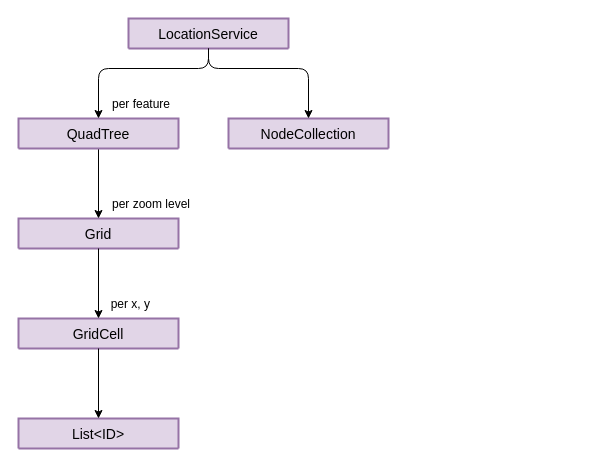
Before: page "quad-tree" (4 of 4) of _images/architecture.drawio in gartenkralle/geolocation-services-doc, a draw.io diagram. Source tidied: cells renumbered, new cells numbered last; positions are measured from the earlier drawing's top-left corner, leaving out a move shared by most shapes. Both pictures are drawn from the tidied source at 100%, with x=0, y=0 at pixel (18, 18).
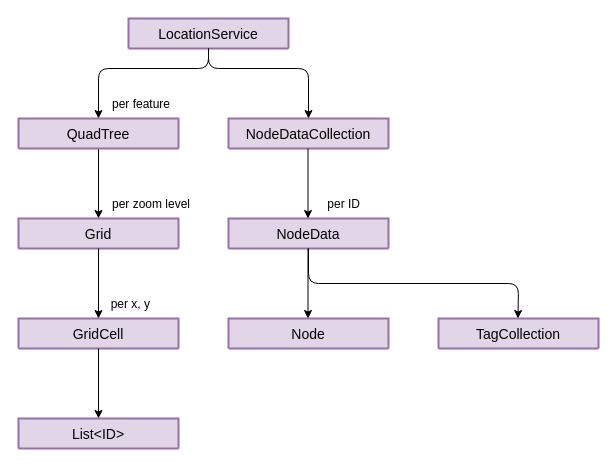
Above is the later version.

The edit, as a diff of the source:
```diff
@@
-    <mxCell id="14" value="NodeCollection" style="swimlane;horizontal=1;startSize=30;rounded=1;fontSize=14;fontStyle=0;strokeWidth=2;shadow=0;dashed=0;align=center;fillColor=#e1d5e7;strokeColor=#9673a6;" parent="1" vertex="1">
+    <mxCell id="14" value="NodeDataCollection" style="swimlane;horizontal=1;startSize=30;rounded=1;fontSize=14;fontStyle=0;strokeWidth=2;shadow=0;dashed=0;align=center;fillColor=#e1d5e7;strokeColor=#9673a6;" parent="1" vertex="1">
       <mxGeometry x="210" y="100" width="160" height="30" as="geometry" />
     </mxCell>
@@
+    <mxCell id="16" value="NodeData" style="swimlane;horizontal=1;startSize=30;rounded=1;fontSize=14;fontStyle=0;strokeWidth=2;shadow=0;dashed=0;align=center;fillColor=#e1d5e7;strokeColor=#9673a6;" parent="1" vertex="1">
+      <mxGeometry x="210" y="200" width="160" height="30" as="geometry" />
+    </mxCell>
+    <mxCell id="17" style="endArrow=classic;html=1;rounded=0;exitX=0.5;exitY=1;exitDx=0;exitDy=0;entryX=0.5;entryY=0;entryDx=0;entryDy=0;" parent="1" edge="1">
+      <mxGeometry relative="1" as="geometry">
+        <mxPoint x="289.5" y="130" as="sourcePoint" />
+        <mxPoint x="289.5" y="200" as="targetPoint" />
+      </mxGeometry>
+    </mxCell>
+    <mxCell id="18" value="per ID" style="html=1;align=right;verticalAlign=bottom;direction=south;spacingRight=-2;spacingBottom=6;" parent="1" vertex="1">
+      <mxGeometry x="340" y="200" as="geometry" />
+    </mxCell>
+    <mxCell id="19" value="Node" style="swimlane;horizontal=1;startSize=30;rounded=1;fontSize=14;fontStyle=0;strokeWidth=2;shadow=0;dashed=0;align=center;fillColor=#e1d5e7;strokeColor=#9673a6;" parent="1" vertex="1">
+      <mxGeometry x="210" y="300" width="160" height="30" as="geometry" />
+    </mxCell>
+    <mxCell id="20" value="TagCollection" style="swimlane;horizontal=1;startSize=30;rounded=1;fontSize=14;fontStyle=0;strokeWidth=2;shadow=0;dashed=0;align=center;fillColor=#e1d5e7;strokeColor=#9673a6;" parent="1" vertex="1">
+      <mxGeometry x="420" y="300" width="160" height="30" as="geometry" />
+    </mxCell>
+    <mxCell id="21" style="endArrow=classic;html=1;rounded=0;exitX=0.5;exitY=1;exitDx=0;exitDy=0;entryX=0.5;entryY=0;entryDx=0;entryDy=0;" parent="1" edge="1">
+      <mxGeometry relative="1" as="geometry">
+        <mxPoint x="289.5" y="230" as="sourcePoint" />
+        <mxPoint x="289.5" y="300" as="targetPoint" />
+      </mxGeometry>
+    </mxCell>
+    <mxCell id="22" style="endArrow=classic;html=1;rounded=1;exitX=0.5;exitY=1;exitDx=0;exitDy=0;entryX=0.5;entryY=0;entryDx=0;entryDy=0;edgeStyle=orthogonalEdgeStyle;" parent="1" edge="1" source="16">
+      <mxGeometry relative="1" as="geometry">
+        <mxPoint x="499.5" y="300" as="targetPoint" />
+      </mxGeometry>
+    </mxCell>
```
